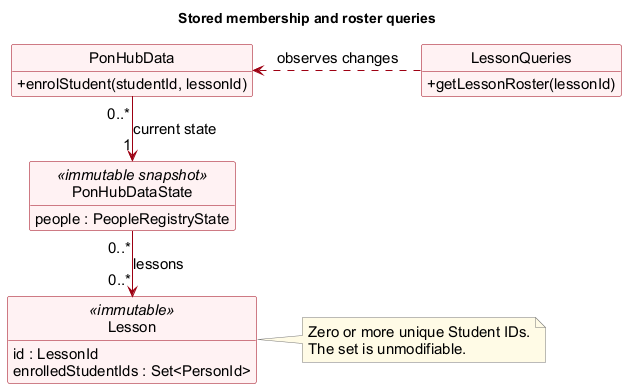
AY2627S1-CS2103T-F13-3/tp keeps this PlantUML diagram as docs/images/StudentEnrolmentClassDiagram.png. Above is the earlier version. Its diagram source:
```plantuml
@startuml
skinparam defaultFontName Arial
skinparam defaultFontSize 15
skinparam shadowing false
skinparam classAttributeIconSize 0
skinparam classBackgroundColor #FFF2F3
skinparam classBorderColor #9D0012
skinparam classArrowColor #9D0012
skinparam noteBackgroundColor #FFFBE6
skinparam noteBorderColor #777777
skinparam nodesep 45
skinparam ranksep 45
hide circle
hide empty members

title Stored membership and roster queries
class PonHubData {
  + enrolStudent(studentId, lessonId)
}
class PonHubDataState <<immutable snapshot>> {
  people : PeopleRegistryState
}
class Lesson <<immutable>> {
  id : LessonId
  enrolledStudentIds : Set<PersonId>
}
class LessonQueries {
  + getLessonRoster(lessonId)
}

PonHubData "0..*" -down-> "1" PonHubDataState : current state
PonHubDataState "0..*" -down-> "0..*" Lesson : lessons
LessonQueries .left.> PonHubData : observes changes

note right of Lesson
  Zero or more unique Student IDs.
  The set is unmodifiable.
end note
@enduml
```
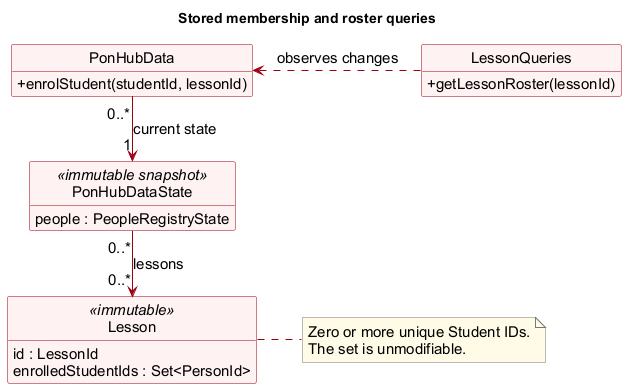
The same diagram one commit later.

Change to the diagram source:
```diff
@@ -2,6 +2,7 @@
 skinparam defaultFontName Arial
 skinparam defaultFontSize 15
 skinparam shadowing false
+skinparam style strictuml
 skinparam classAttributeIconSize 0
 skinparam classBackgroundColor #FFF2F3
 skinparam classBorderColor #9D0012
@@ -32,8 +33,9 @@
 PonHubDataState "0..*" -down-> "0..*" Lesson : lessons
 LessonQueries .left.> PonHubData : observes changes
 
-note right of Lesson
+note as RosterRule
   Zero or more unique Student IDs.
   The set is unmodifiable.
 end note
+Lesson .right. RosterRule
 @enduml
```
